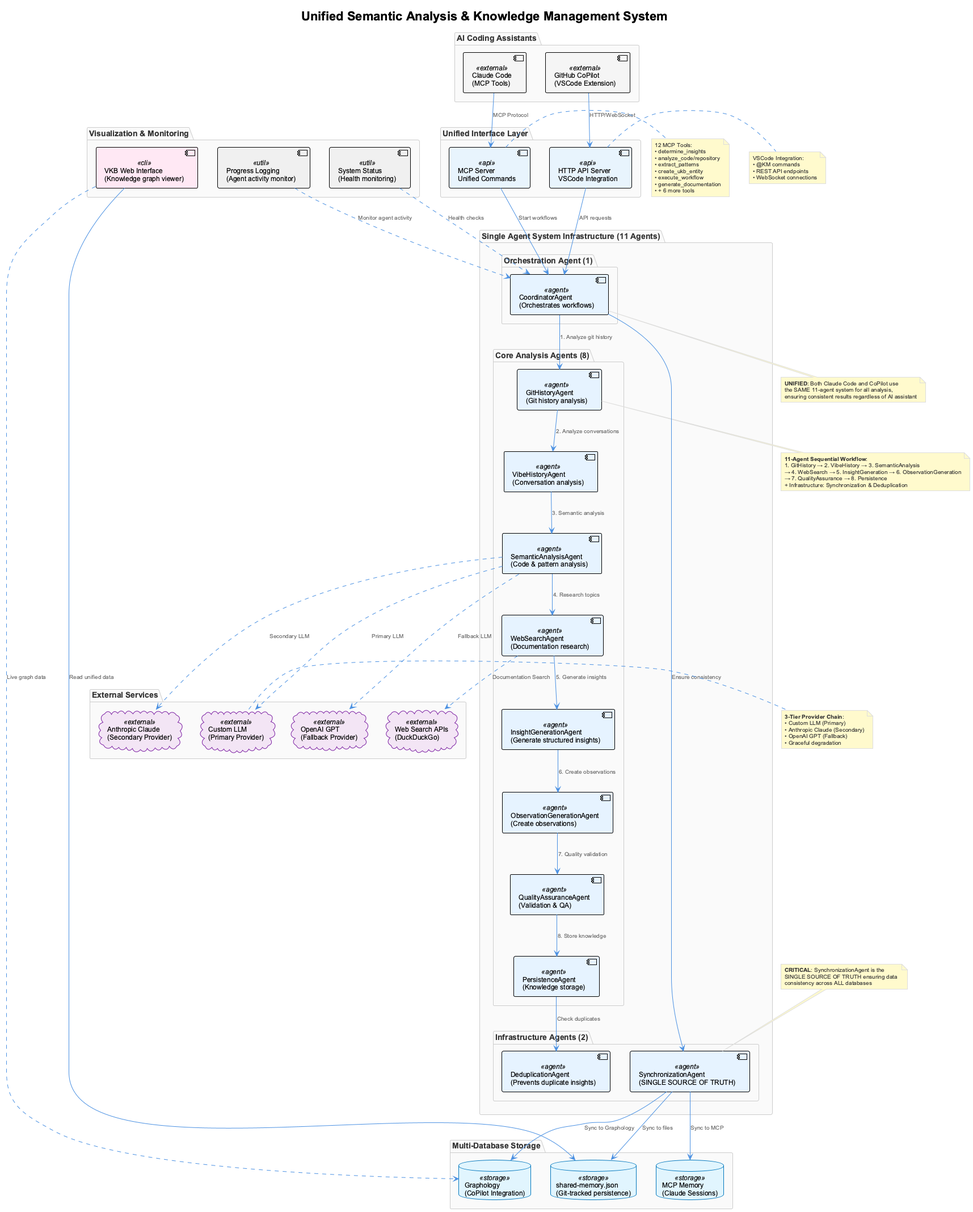
davidraehles/agentic-coding-framework keeps this PlantUML diagram as docs/images/unified-semantic-architecture.png. Above is the earlier version.
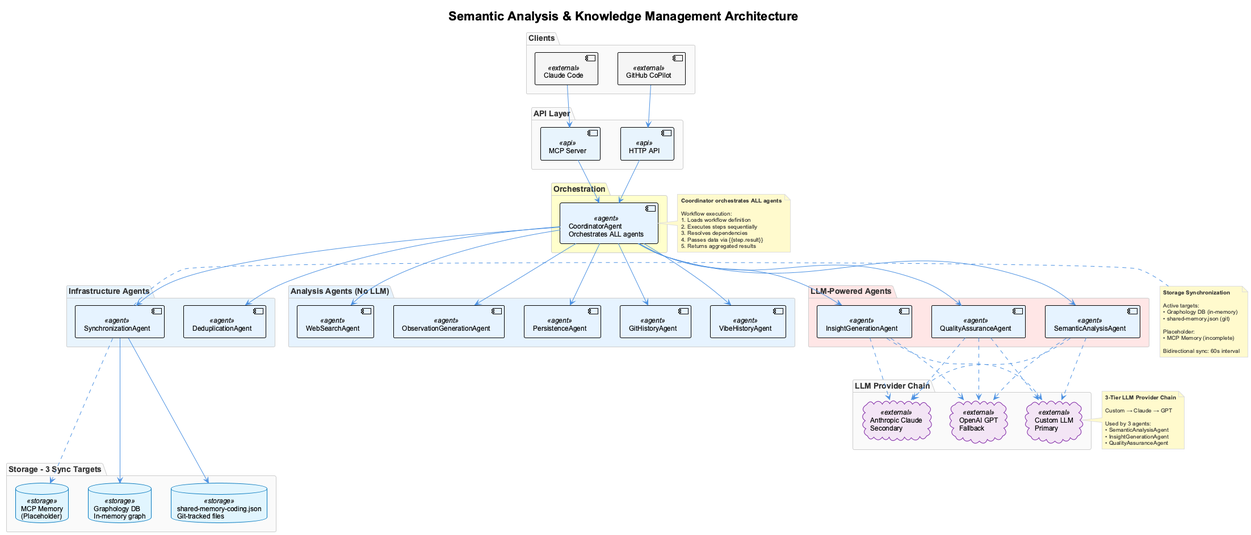
After the change.

The edit, as a diff of the source:
```diff
@@ -1,135 +1,119 @@
 @startuml unified-semantic-architecture
 !include _standard-style.puml
 
-title "Unified Semantic Analysis & Knowledge Management System"
+title Semantic Analysis & Knowledge Management Architecture
 
-package "AI Coding Assistants" {
-  [Claude Code\n(MCP Tools)] <<external>> as claude
-  [GitHub CoPilot\n(VSCode Extension)] <<external>> as copilot
+top to bottom direction
+
+package "Clients" {
+  [Claude Code] <<external>> as claude
+  [GitHub CoPilot] <<external>> as copilot
 }
 
-package "Unified Interface Layer" {
-  [MCP Server\nUnified Commands] <<api>> as mcp
-  [HTTP API Server\nVSCode Integration] <<api>> as http
+package "API Layer" {
+  [MCP Server] <<api>> as mcp
+  [HTTP API] <<api>> as http
 }
 
-package "Single Agent System Infrastructure (11 Agents)" {
-  package "Orchestration Agent (1)" {
-    [CoordinatorAgent\n(Orchestrates workflows)] <<agent>> as coordinator
-  }
-
-  package "Core Analysis Agents (8)" {
-    [GitHistoryAgent\n(Git history analysis)] <<agent>> as githistory
-    [VibeHistoryAgent\n(Conversation analysis)] <<agent>> as vibehistory
-    [SemanticAnalysisAgent\n(Code & pattern analysis)] <<agent>> as semantic
-    [WebSearchAgent\n(Documentation research)] <<agent>> as web
-    [InsightGenerationAgent\n(Generate structured insights)] <<agent>> as insights
-    [ObservationGenerationAgent\n(Create observations)] <<agent>> as observations
-    [QualityAssuranceAgent\n(Validation & QA)] <<agent>> as quality
-    [PersistenceAgent\n(Knowledge storage)] <<agent>> as persistence
-  }
-
-  package "Infrastructure Agents (2)" {
-    [SynchronizationAgent\n(SINGLE SOURCE OF TRUTH)] <<agent>> as sync
-    [DeduplicationAgent\n(Prevents duplicate insights)] <<agent>> as dedup
-  }
+package "Orchestration" #FFFFCC {
+  [CoordinatorAgent\nOrchestrates ALL agents] <<agent>> as coord
 }
 
-package "Multi-Database Storage" {
-  database "MCP Memory\n(Claude Sessions)" <<storage>> as mcpmem
-  database "Graphology\n(CoPilot Integration)" <<storage>> as graphology
-  database "shared-memory.json\n(Git-tracked persistence)" <<storage>> as sharedmem
+package "Analysis Agents (No LLM)" #E6F3FF {
+  [GitHistoryAgent] <<agent>> as git
+  [VibeHistoryAgent] <<agent>> as vibe
+  [WebSearchAgent] <<agent>> as web
+  [ObservationGenerationAgent] <<agent>> as obs
+  [PersistenceAgent] <<agent>> as per
 }
 
-package "External Services" {
-  cloud "Custom LLM\n(Primary Provider)" <<external>> as custom
-  cloud "Anthropic Claude\n(Secondary Provider)" <<external>> as anthropic
-  cloud "OpenAI GPT\n(Fallback Provider)" <<external>> as openai
-  cloud "Web Search APIs\n(DuckDuckGo)" <<external>> as websearch
+package "LLM-Powered Agents" #FFE6E6 {
+  [SemanticAnalysisAgent] <<agent>> as sem
+  [InsightGenerationAgent] <<agent>> as ins
+  [QualityAssuranceAgent] <<agent>> as qa
 }
 
-package "Visualization & Monitoring" {
-  [VKB Web Interface\n(Knowledge graph viewer)] <<cli>> as vkb
-  [Progress Logging\n(Agent activity monitor)] <<util>> as logging
-  [System Status\n(Health monitoring)] <<util>> as status
+package "Infrastructure Agents" #E8F4FD {
+  [SynchronizationAgent] <<agent>> as sync
+  [DeduplicationAgent] <<agent>> as dedup
 }
 
-claude --> mcp : "MCP Protocol"
-copilot --> http : "HTTP/WebSocket"
+package "Storage - 3 Sync Targets" {
+  database "Graphology DB\nIn-memory graph" <<storage>> as graphdb
+  database "shared-memory-coding.json\nGit-tracked files" <<storage>> as files
+  database "MCP Memory\n(Placeholder)" <<storage>> as mcpmem
+}
 
-mcp --> coordinator : "Start workflows"
-http --> coordinator : "API requests"
+package "LLM Provider Chain" {
+  cloud "Custom LLM\nPrimary" <<external>> as custom
+  cloud "Anthropic Claude\nSecondary" <<external>> as anthropic
+  cloud "OpenAI GPT\nFallback" <<external>> as openai
+}
 
-coordinator --> githistory : "1. Analyze git history"
-githistory --> vibehistory : "2. Analyze conversations"
-vibehistory --> semantic : "3. Semantic analysis"
-semantic --> web : "4. Research topics"
-web --> insights : "5. Generate insights"
-insights --> observations : "6. Create observations"
-observations --> quality : "7. Quality validation"
-quality --> persistence : "8. Store knowledge"
+claude -down-> mcp
+copilot -down-> http
 
-coordinator --> sync : "Ensure consistency"
-persistence --> dedup : "Check duplicates"
+mcp -down-> coord
+http -down-> coord
 
-sync --> mcpmem : "Sync to MCP"
-sync --> graphology : "Sync to Graphology"
-sync --> sharedmem : "Sync to files"
+coord -down-> git
+coord -down-> vibe
+coord -down-> sem
+coord -down-> web
+coord -down-> ins
+coord -down-> obs
+coord -down-> qa
+coord -down-> per
+coord -down-> sync
+coord -down-> dedup
 
-semantic ..> custom : "Primary LLM"
-semantic ..> anthropic : "Secondary LLM"
-semantic .> openai : "Fallback LLM"
-web ..> websearch : "Documentation Search"
+sem ..> custom
+sem ..> anthropic
+sem ..> openai
+ins ..> custom
+ins ..> anthropic
+ins ..> openai
+qa ..> custom
+qa ..> anthropic
+qa ..> openai
 
-vkb --> sharedmem : "Read unified data"
-vkb ..> graphology : "Live graph data"
-logging ..> coordinator : "Monitor agent activity"
-status ..> coordinator : "Health checks"
+sync -down-> graphdb
+sync -down-> files
+sync -.-> mcpmem
 
-note top of sync
-  **CRITICAL**: SynchronizationAgent is the
-  SINGLE SOURCE OF TRUTH ensuring data
-  consistency across ALL databases
+note right of coord
+  **Coordinator orchestrates ALL agents**
+
+  Workflow execution:
+  1. Loads workflow definition
+  2. Executes steps sequentially
+  3. Resolves dependencies
+  4. Passes data via {{step.result}}
+  5. Returns aggregated results
 end note
 
-note bottom of coordinator
-  **UNIFIED**: Both Claude Code and CoPilot use
-  the SAME 11-agent system for all analysis,
-  ensuring consistent results regardless of AI assistant
-end note
+note right of sync
+  **Storage Synchronization**
 
-note right of mcp
-  12 MCP Tools:
-  • determine_insights
-  • analyze_code/repository
-  • extract_patterns
-  • create_ukb_entity
-  • execute_workflow
-  • generate_documentation
-  • + 6 more tools
-end note
+  Active targets:
+  • Graphology DB (in-memory)
+  • shared-memory.json (git)
 
-note right of http
-  VSCode Integration:
-  • @KM commands
-  • REST API endpoints
-  • WebSocket connections
+  Placeholder:
+  • MCP Memory (incomplete)
+
+  Bidirectional sync: 60s interval
 end note
 
 note right of custom
-  **3-Tier Provider Chain**:
-  • Custom LLM (Primary)
-  • Anthropic Claude (Secondary)
-  • OpenAI GPT (Fallback)
-  • Graceful degradation
-end note
+  **3-Tier LLM Provider Chain**
 
-note bottom of githistory
-  **11-Agent Sequential Workflow**:
-  1. GitHistory → 2. VibeHistory → 3. SemanticAnalysis
-  → 4. WebSearch → 5. InsightGeneration → 6. ObservationGeneration
-  → 7. QualityAssurance → 8. Persistence
-  + Infrastructure: Synchronization & Deduplication
+  Custom → Claude → GPT
+
+  Used by 3 agents:
+  • SemanticAnalysisAgent
+  • InsightGenerationAgent
+  • QualityAssuranceAgent
 end note
 
 @enduml
```
